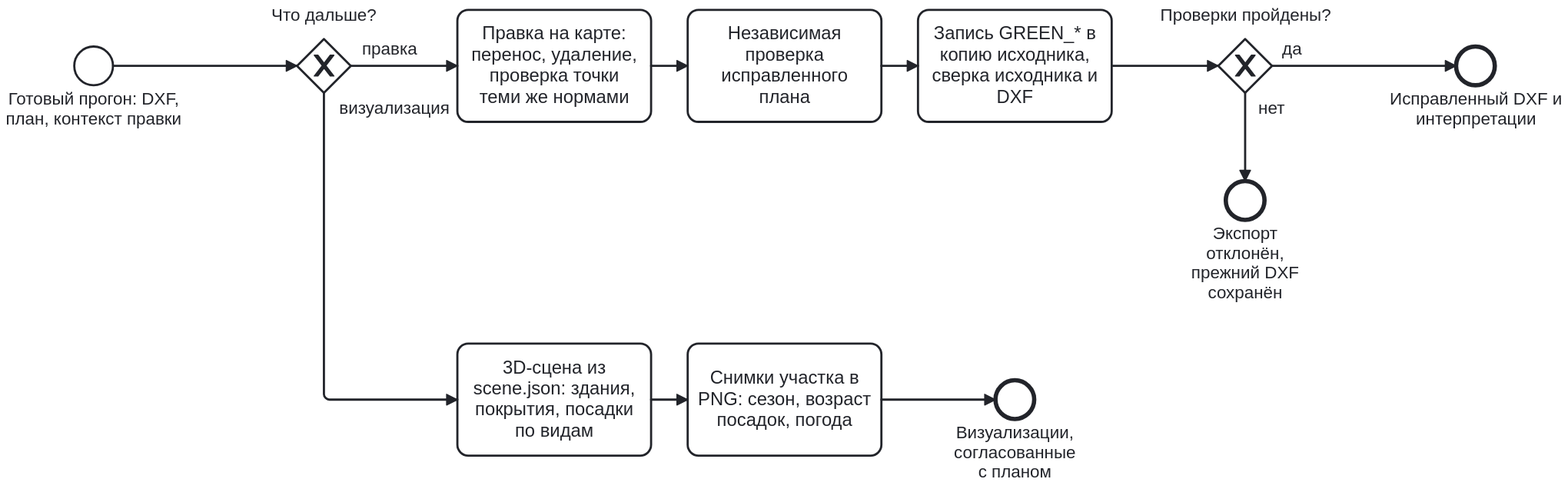
Mojarung/LCT_2026 keeps this BPMN diagram as docs/documentation/diagrams/editing.svg. Above is the earlier version. Its source is kept beside it as docs/documentation/diagrams/editing.bpmn. Ids are renumbered. Its diagram source:
```xml
<definitions xmlns="http://www.omg.org/spec/BPMN/20100524/MODEL" xmlns:bpmndi="http://www.omg.org/spec/BPMN/20100524/DI" xmlns:dc="http://www.omg.org/spec/DD/20100524/DC" xmlns:di="http://www.omg.org/spec/DD/20100524/DI" id="green_editing_definitions" targetNamespace="https://github.com/Mojarung/LCT_2026">
  <process id="green_after_run" name="После прогона: правка плана и визуализация" isExecutable="false">
    <startEvent id="start" name="Готовый прогон: DXF, план, контекст правки" />
    <exclusiveGateway id="g_after" name="Что дальше?" />
    <task id="t_edit" name="Правка на карте: перенос, удаление, проверка точки теми же нормами" />
    <task id="t_recheck" name="Независимая проверка исправленного плана" />
    <task id="t_rewrite" name="Запись GREEN_* в копию исходника, сверка исходника и DXF" />
    <exclusiveGateway id="g_ok" name="Проверки пройдены?" />
    <endEvent id="e_saved" name="Исправленный DXF и интерпретации" />
    <endEvent id="e_kept" name="Экспорт отклонён, прежний DXF сохранён" />
    <task id="t_scene" name="3D-сцена из scene.json: здания, покрытия, посадки по видам" />
    <task id="t_shots" name="Снимки участка в PNG: сезон, возраст посадок, погода" />
    <endEvent id="e_scene" name="Визуализации, согласованные с планом" />
    <sequenceFlow id="e1" sourceRef="start" targetRef="g_after" />
    <sequenceFlow id="e2" name="правка" sourceRef="g_after" targetRef="t_edit" />
    <sequenceFlow id="e3" sourceRef="t_edit" targetRef="t_recheck" />
    <sequenceFlow id="e4" sourceRef="t_recheck" targetRef="t_rewrite" />
    <sequenceFlow id="e5" sourceRef="t_rewrite" targetRef="g_ok" />
    <sequenceFlow id="e6" name="да" sourceRef="g_ok" targetRef="e_saved" />
    <sequenceFlow id="e7" name="нет" sourceRef="g_ok" targetRef="e_kept" />
    <sequenceFlow id="e8" name="визуализация" sourceRef="g_after" targetRef="t_scene" />
    <sequenceFlow id="e9" sourceRef="t_scene" targetRef="t_shots" />
    <sequenceFlow id="e10" sourceRef="t_shots" targetRef="e_scene" />
  </process>
  <bpmndi:BPMNDiagram id="editing_diagram">
    <bpmndi:BPMNPlane id="editing_plane" bpmnElement="green_after_run">
      <bpmndi:BPMNShape id="start_di" bpmnElement="start">
        <dc:Bounds x="182" y="82" width="36" height="36" />
        <bpmndi:BPMNLabel>
          <dc:Bounds x="115" y="122" width="170" height="61" />
        </bpmndi:BPMNLabel>
      </bpmndi:BPMNShape>
      <bpmndi:BPMNShape id="g_after_di" bpmnElement="g_after" isMarkerVisible="true">
        <dc:Bounds x="389" y="75" width="50" height="50" />
        <bpmndi:BPMNLabel>
          <dc:Bounds x="329" y="44" width="170" height="23" />
        </bpmndi:BPMNLabel>
      </bpmndi:BPMNShape>
      <bpmndi:BPMNShape id="t_edit_di" bpmnElement="t_edit">
        <dc:Bounds x="538" y="48" width="180" height="104" />
      </bpmndi:BPMNShape>
      <bpmndi:BPMNShape id="t_recheck_di" bpmnElement="t_recheck">
        <dc:Bounds x="752" y="48" width="180" height="104" />
      </bpmndi:BPMNShape>
      <bpmndi:BPMNShape id="t_rewrite_di" bpmnElement="t_rewrite">
        <dc:Bounds x="966" y="48" width="180" height="104" />
      </bpmndi:BPMNShape>
      <bpmndi:BPMNShape id="g_ok_di" bpmnElement="g_ok" isMarkerVisible="true">
        <dc:Bounds x="1245" y="75" width="50" height="50" />
        <bpmndi:BPMNLabel>
          <dc:Bounds x="1185" y="44" width="170" height="23" />
        </bpmndi:BPMNLabel>
      </bpmndi:BPMNShape>
      <bpmndi:BPMNShape id="e_saved_di" bpmnElement="e_saved">
        <dc:Bounds x="1466" y="82" width="36" height="36" />
        <bpmndi:BPMNLabel>
          <dc:Bounds x="1399" y="122" width="170" height="42" />
        </bpmndi:BPMNLabel>
      </bpmndi:BPMNShape>
      <bpmndi:BPMNShape id="e_kept_di" bpmnElement="e_kept">
        <dc:Bounds x="1252" y="207" width="36" height="36" />
        <bpmndi:BPMNLabel>
          <dc:Bounds x="1185" y="247" width="170" height="61" />
        </bpmndi:BPMNLabel>
      </bpmndi:BPMNShape>
      <bpmndi:BPMNShape id="t_scene_di" bpmnElement="t_scene">
        <dc:Bounds x="538" y="358" width="180" height="104" />
      </bpmndi:BPMNShape>
      <bpmndi:BPMNShape id="t_shots_di" bpmnElement="t_shots">
        <dc:Bounds x="752" y="358" width="180" height="104" />
      </bpmndi:BPMNShape>
      <bpmndi:BPMNShape id="e_scene_di" bpmnElement="e_scene">
        <dc:Bounds x="1038" y="392" width="36" height="36" />
        <bpmndi:BPMNLabel>
          <dc:Bounds x="971" y="432" width="170" height="61" />
        </bpmndi:BPMNLabel>
      </bpmndi:BPMNShape>
      <bpmndi:BPMNEdge id="e1_di" bpmnElement="e1">
        <di:waypoint x="218" y="100" />
        <di:waypoint x="389" y="100" />
      </bpmndi:BPMNEdge>
      <bpmndi:BPMNEdge id="e2_di" bpmnElement="e2">
        <di:waypoint x="439" y="100" />
        <di:waypoint x="538" y="100" />
        <bpmndi:BPMNLabel>
          <dc:Bounds x="443" y="76" width="64" height="20" />
        </bpmndi:BPMNLabel>
      </bpmndi:BPMNEdge>
      <bpmndi:BPMNEdge id="e3_di" bpmnElement="e3">
        <di:waypoint x="718" y="100" />
        <di:waypoint x="752" y="100" />
      </bpmndi:BPMNEdge>
      <bpmndi:BPMNEdge id="e4_di" bpmnElement="e4">
        <di:waypoint x="932" y="100" />
        <di:waypoint x="966" y="100" />
      </bpmndi:BPMNEdge>
      <bpmndi:BPMNEdge id="e5_di" bpmnElement="e5">
        <di:waypoint x="1146" y="100" />
        <di:waypoint x="1245" y="100" />
      </bpmndi:BPMNEdge>
      <bpmndi:BPMNEdge id="e6_di" bpmnElement="e6">
        <di:waypoint x="1295" y="100" />
        <di:waypoint x="1466" y="100" />
        <bpmndi:BPMNLabel>
          <dc:Bounds x="1299" y="76" width="28" height="20" />
        </bpmndi:BPMNLabel>
      </bpmndi:BPMNEdge>
      <bpmndi:BPMNEdge id="e7_di" bpmnElement="e7">
        <di:waypoint x="1270" y="125" />
        <di:waypoint x="1270" y="207" />
        <bpmndi:BPMNLabel>
          <dc:Bounds x="1276" y="131" width="37" height="20" />
        </bpmndi:BPMNLabel>
      </bpmndi:BPMNEdge>
      <bpmndi:BPMNEdge id="e8_di" bpmnElement="e8">
        <di:waypoint x="414" y="125" />
        <di:waypoint x="414" y="410" />
        <di:waypoint x="538" y="410" />
        <bpmndi:BPMNLabel>
          <dc:Bounds x="420" y="131" width="118" height="20" />
        </bpmndi:BPMNLabel>
      </bpmndi:BPMNEdge>
      <bpmndi:BPMNEdge id="e9_di" bpmnElement="e9">
        <di:waypoint x="718" y="410" />
        <di:waypoint x="752" y="410" />
      </bpmndi:BPMNEdge>
      <bpmndi:BPMNEdge id="e10_di" bpmnElement="e10">
        <di:waypoint x="932" y="410" />
        <di:waypoint x="1038" y="410" />
      </bpmndi:BPMNEdge>
    </bpmndi:BPMNPlane>
  </bpmndi:BPMNDiagram>
</definitions>
```
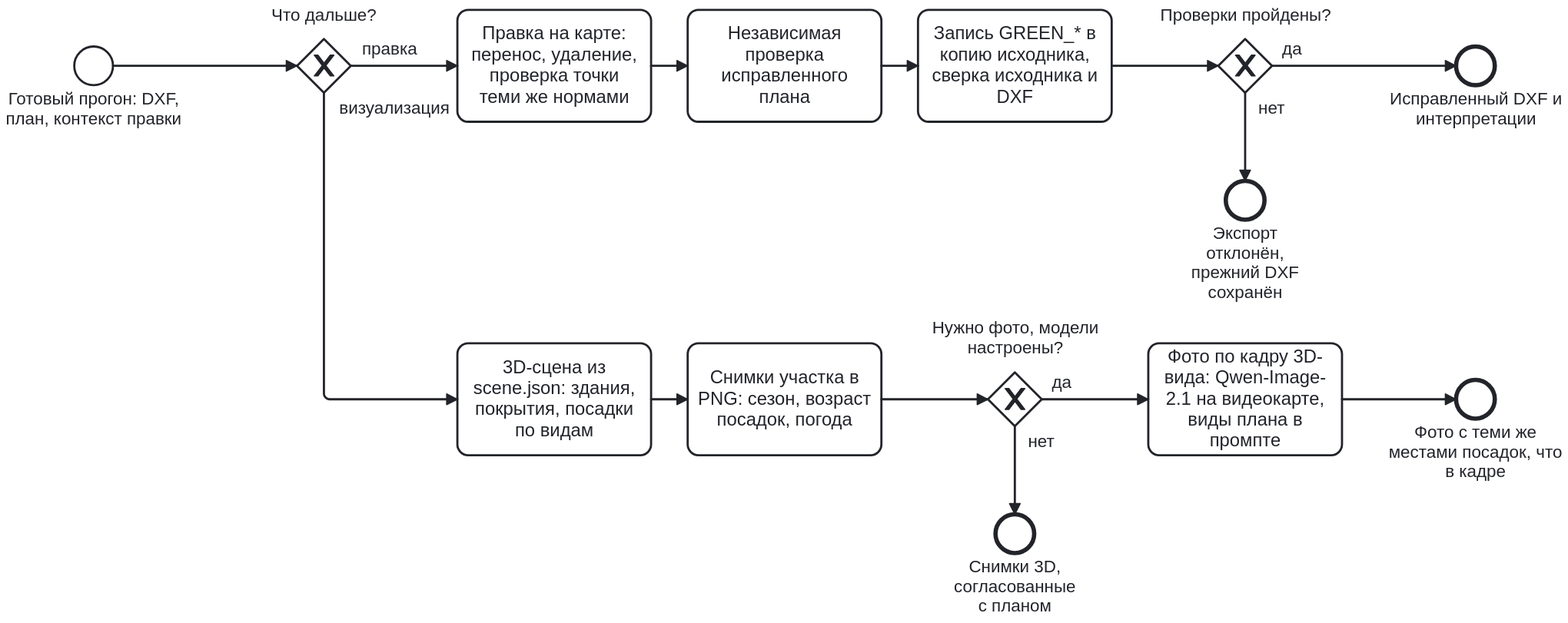
Later version of the same file.

Change to the diagram source:
```diff
@@ -10,7 +10,10 @@
     <endEvent id="e_kept" name="Экспорт отклонён, прежний DXF сохранён" />
     <task id="t_scene" name="3D-сцена из scene.json: здания, покрытия, посадки по видам" />
     <task id="t_shots" name="Снимки участка в PNG: сезон, возраст посадок, погода" />
-    <endEvent id="e_scene" name="Визуализации, согласованные с планом" />
+    <exclusiveGateway id="g_photo" name="Нужно фото, модели настроены?" />
+    <endEvent id="e_scene" name="Снимки 3D, согласованные с планом" />
+    <task id="t_photo" name="Фото по кадру 3D-вида: Qwen-Image-2.1 на видеокарте, виды плана в промпте" />
+    <endEvent id="e_photo" name="Фото с теми же местами посадок, что в кадре" />
     <sequenceFlow id="e1" sourceRef="start" targetRef="g_after" />
     <sequenceFlow id="e2" name="правка" sourceRef="g_after" targetRef="t_edit" />
     <sequenceFlow id="e3" sourceRef="t_edit" targetRef="t_recheck" />
@@ -20,7 +23,10 @@
     <sequenceFlow id="e7" name="нет" sourceRef="g_ok" targetRef="e_kept" />
     <sequenceFlow id="e8" name="визуализация" sourceRef="g_after" targetRef="t_scene" />
     <sequenceFlow id="e9" sourceRef="t_scene" targetRef="t_shots" />
-    <sequenceFlow id="e10" sourceRef="t_shots" targetRef="e_scene" />
+    <sequenceFlow id="e10" sourceRef="t_shots" targetRef="g_photo" />
+    <sequenceFlow id="e11" name="нет" sourceRef="g_photo" targetRef="e_scene" />
+    <sequenceFlow id="e12" name="да" sourceRef="g_photo" targetRef="t_photo" />
+    <sequenceFlow id="e13" sourceRef="t_photo" targetRef="e_photo" />
   </process>
   <bpmndi:BPMNDiagram id="editing_diagram">
     <bpmndi:BPMNPlane id="editing_plane" bpmnElement="green_after_run">
@@ -69,10 +75,25 @@
       <bpmndi:BPMNShape id="t_shots_di" bpmnElement="t_shots">
         <dc:Bounds x="752" y="358" width="180" height="104" />
       </bpmndi:BPMNShape>
+      <bpmndi:BPMNShape id="g_photo_di" bpmnElement="g_photo" isMarkerVisible="true">
+        <dc:Bounds x="1031" y="385" width="50" height="50" />
+        <bpmndi:BPMNLabel>
+          <dc:Bounds x="971" y="335" width="170" height="42" />
+        </bpmndi:BPMNLabel>
+      </bpmndi:BPMNShape>
       <bpmndi:BPMNShape id="e_scene_di" bpmnElement="e_scene">
-        <dc:Bounds x="1038" y="392" width="36" height="36" />
+        <dc:Bounds x="1038" y="517" width="36" height="36" />
         <bpmndi:BPMNLabel>
-          <dc:Bounds x="971" y="432" width="170" height="61" />
+          <dc:Bounds x="971" y="557" width="170" height="61" />
+        </bpmndi:BPMNLabel>
+      </bpmndi:BPMNShape>
+      <bpmndi:BPMNShape id="t_photo_di" bpmnElement="t_photo">
+        <dc:Bounds x="1180" y="358" width="180" height="104" />
+      </bpmndi:BPMNShape>
+      <bpmndi:BPMNShape id="e_photo_di" bpmnElement="e_photo">
+        <dc:Bounds x="1466" y="392" width="36" height="36" />
+        <bpmndi:BPMNLabel>
+          <dc:Bounds x="1399" y="432" width="170" height="61" />
         </bpmndi:BPMNLabel>
       </bpmndi:BPMNShape>
       <bpmndi:BPMNEdge id="e1_di" bpmnElement="e1">
@@ -126,7 +147,25 @@
       </bpmndi:BPMNEdge>
       <bpmndi:BPMNEdge id="e10_di" bpmnElement="e10">
         <di:waypoint x="932" y="410" />
-        <di:waypoint x="1038" y="410" />
+        <di:waypoint x="1031" y="410" />
+      </bpmndi:BPMNEdge>
+      <bpmndi:BPMNEdge id="e11_di" bpmnElement="e11">
+        <di:waypoint x="1056" y="435" />
+        <di:waypoint x="1056" y="517" />
+        <bpmndi:BPMNLabel>
+          <dc:Bounds x="1062" y="441" width="37" height="20" />
+        </bpmndi:BPMNLabel>
+      </bpmndi:BPMNEdge>
+      <bpmndi:BPMNEdge id="e12_di" bpmnElement="e12">
+        <di:waypoint x="1081" y="410" />
+        <di:waypoint x="1180" y="410" />
+        <bpmndi:BPMNLabel>
+          <dc:Bounds x="1085" y="386" width="28" height="20" />
+        </bpmndi:BPMNLabel>
+      </bpmndi:BPMNEdge>
+      <bpmndi:BPMNEdge id="e13_di" bpmnElement="e13">
+        <di:waypoint x="1360" y="410" />
+        <di:waypoint x="1466" y="410" />
       </bpmndi:BPMNEdge>
     </bpmndi:BPMNPlane>
   </bpmndi:BPMNDiagram>
```
